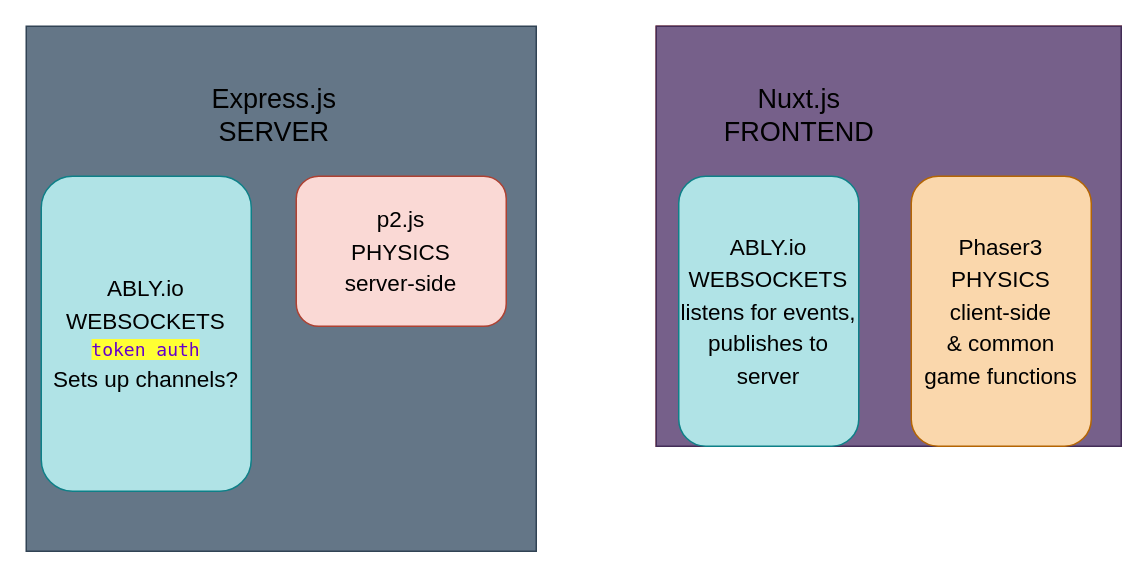
The draw.io diagram ARCHITECTURE.drawio in farosFreed/nuxt2024, before the edit. Source tidied: cells renumbered, new cells numbered last; positions are measured from the earlier drawing's top-left corner, leaving out a move shared by most shapes. Both pictures are drawn from the tidied source at 150%, with x=0, y=0 at pixel (26, 26).
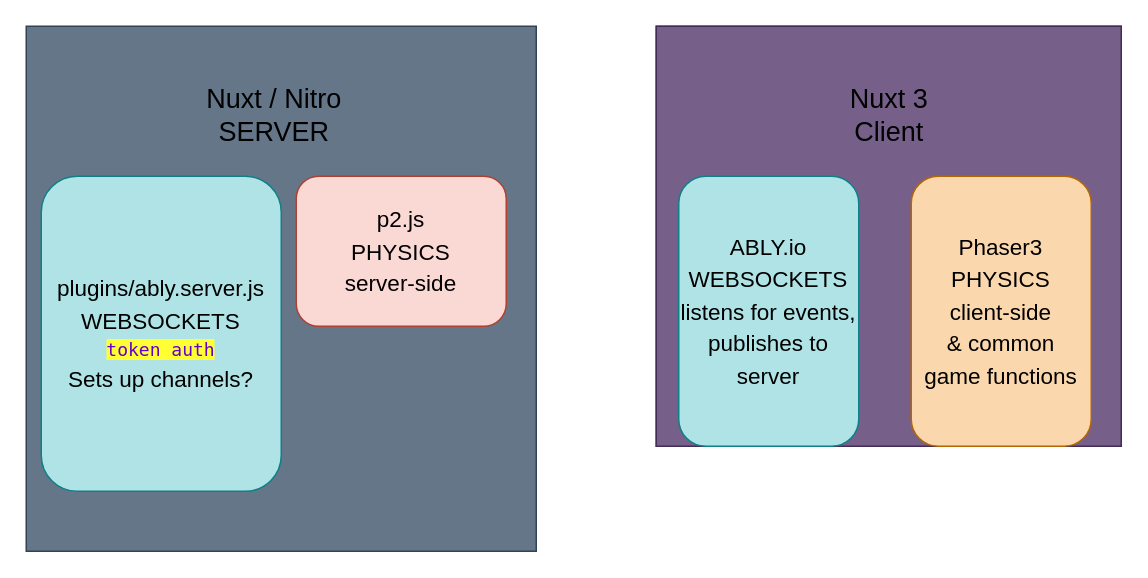
After the change.

The edit, as a diff of the source:
```diff
@@
 <mxGraphModel>
   <root>
     <mxCell id="0" />
     <mxCell id="1" parent="0" />
     <mxCell id="2" style="group;fontStyle=1;" parent="1" vertex="1">
       <mxGeometry width="340" height="350" as="geometry" />
     </mxCell>
     <mxCell id="3" style="rounded=0;whiteSpace=wrap;html=1;fillColor=#647687;strokeColor=#314354;fontColor=#ffffff;" parent="2" vertex="1">
       <mxGeometry width="340" height="350" as="geometry" />
     </mxCell>
     <mxCell id="4" value="&lt;font style=&quot;font-size: 15px;&quot; color=&quot;#000000&quot;&gt;p2.js&lt;br&gt;PHYSICS&lt;br&gt;server-side&lt;br&gt;&lt;/font&gt;" style="rounded=1;whiteSpace=wrap;html=1;fontSize=18;fillColor=#fad9d5;strokeColor=#ae4132;" parent="3" vertex="1">
       <mxGeometry x="180" y="100" width="140" height="100" as="geometry" />
     </mxCell>
-    <mxCell id="5" value="Express.js&lt;br style=&quot;font-size: 18px;&quot;&gt;SERVER" style="text;html=1;align=center;verticalAlign=middle;strokeColor=none;fillColor=none;fontSize=18;fontStyle=0;" parent="2" vertex="1">
+    <mxCell id="5" value="Nuxt / Nitro&lt;br style=&quot;font-size: 18px;&quot;&gt;SERVER" style="text;html=1;align=center;verticalAlign=middle;strokeColor=none;fillColor=none;fontSize=18;fontStyle=0;" parent="2" vertex="1">
       <mxGeometry x="110" y="30" width="110" height="60" as="geometry" />
     </mxCell>
-    <mxCell id="6" value="&lt;font style=&quot;font-size: 15px;&quot; color=&quot;#000000&quot;&gt;ABLY.io&lt;br&gt;WEBSOCKETS&lt;br&gt;&lt;/font&gt;&lt;div style=&quot;font-family: Menlo, Monaco, &amp;quot;Courier New&amp;quot;, monospace; font-size: 12px; line-height: 18px;&quot;&gt;&lt;span style=&quot;background-color: rgb(255, 255, 51);&quot;&gt;&lt;font color=&quot;#6600cc&quot;&gt;token auth&lt;/font&gt;&lt;/span&gt;&lt;/div&gt;&lt;font style=&quot;font-size: 15px;&quot; color=&quot;#000000&quot;&gt;Sets up channels?&lt;br&gt;&lt;/font&gt;" style="rounded=1;whiteSpace=wrap;html=1;fontSize=18;fillColor=#b0e3e6;strokeColor=#0e8088;" parent="2" vertex="1">
-      <mxGeometry x="10" y="100" width="140" height="210" as="geometry" />
+    <mxCell id="6" value="&lt;font style=&quot;font-size: 15px;&quot; color=&quot;#000000&quot;&gt;plugins/ably.server.js&lt;br&gt;WEBSOCKETS&lt;br&gt;&lt;/font&gt;&lt;div style=&quot;font-family: Menlo, Monaco, &amp;quot;Courier New&amp;quot;, monospace; font-size: 12px; line-height: 18px;&quot;&gt;&lt;span style=&quot;background-color: rgb(255, 255, 51);&quot;&gt;&lt;font color=&quot;#6600cc&quot;&gt;token auth&lt;/font&gt;&lt;/span&gt;&lt;/div&gt;&lt;font style=&quot;font-size: 15px;&quot; color=&quot;#000000&quot;&gt;Sets up channels?&lt;br&gt;&lt;/font&gt;" style="rounded=1;whiteSpace=wrap;html=1;fontSize=18;fillColor=#b0e3e6;strokeColor=#0e8088;" parent="2" vertex="1">
+      <mxGeometry x="10" y="100" width="160" height="210" as="geometry" />
     </mxCell>
     <mxCell id="7" style="group;fillColor=#fad9d5;strokeColor=#ae4132;" parent="1" vertex="1">
       <mxGeometry x="420" width="310" height="280" as="geometry" />
     </mxCell>
     <mxCell id="8" style="rounded=0;whiteSpace=wrap;html=1;fillColor=#76608a;strokeColor=#432D57;fontColor=#ffffff;" parent="7" vertex="1">
       <mxGeometry width="310" height="280" as="geometry" />
     </mxCell>
-    <mxCell id="9" value="Nuxt.js&lt;br style=&quot;font-size: 18px;&quot;&gt;FRONTEND" style="text;html=1;align=center;verticalAlign=middle;strokeColor=none;fillColor=none;fontSize=18;fontStyle=0;" parent="7" vertex="1">
-      <mxGeometry x="35" y="30" width="120" height="60" as="geometry" />
+    <mxCell id="9" value="Nuxt 3&lt;br style=&quot;font-size: 18px;&quot;&gt;Client" style="text;html=1;align=center;verticalAlign=middle;strokeColor=none;fillColor=none;fontSize=18;fontStyle=0;" parent="7" vertex="1">
+      <mxGeometry x="115" y="30" width="80" height="60" as="geometry" />
     </mxCell>
     <mxCell id="10" value="&lt;font style=&quot;font-size: 15px;&quot; color=&quot;#000000&quot;&gt;ABLY.io&lt;br&gt;WEBSOCKETS&lt;br&gt;listens for events,&lt;br&gt;publishes to server&lt;br&gt;&lt;/font&gt;" style="rounded=1;whiteSpace=wrap;html=1;fontSize=18;fillColor=#b0e3e6;strokeColor=#0e8088;" parent="7" vertex="1">
       <mxGeometry x="15" y="100" width="120" height="180" as="geometry" />
     </mxCell>
     <mxCell id="11" value="&lt;font style=&quot;font-size: 15px;&quot; color=&quot;#000000&quot;&gt;Phaser3&lt;br&gt;PHYSICS&lt;br&gt;client-side&lt;br&gt;&amp;amp; common &lt;br&gt;game functions&lt;br&gt;&lt;/font&gt;" style="rounded=1;whiteSpace=wrap;html=1;fontSize=18;fillColor=#fad7ac;strokeColor=#b46504;" parent="7" vertex="1">
       <mxGeometry x="170" y="100" width="120" height="180" as="geometry" />
     </mxCell>
   </root>
 </mxGraphModel>
```
